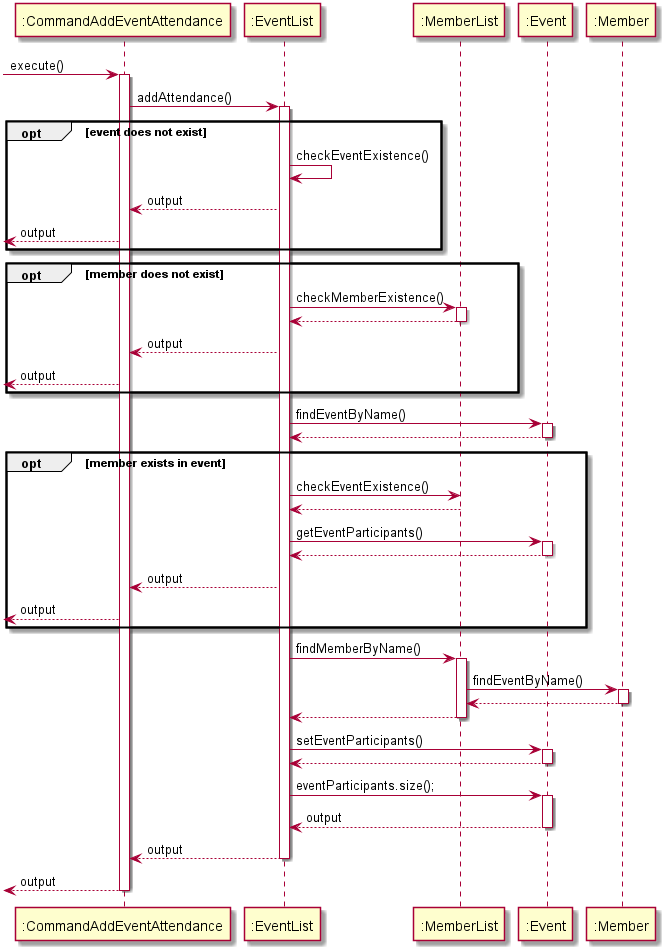
Before: docs/EventDiagram/SequenceDiagram/CommandAddEventAttendance.png, a diagram exported from PlantUML (nus-cs2113-AY2021S1/tp).
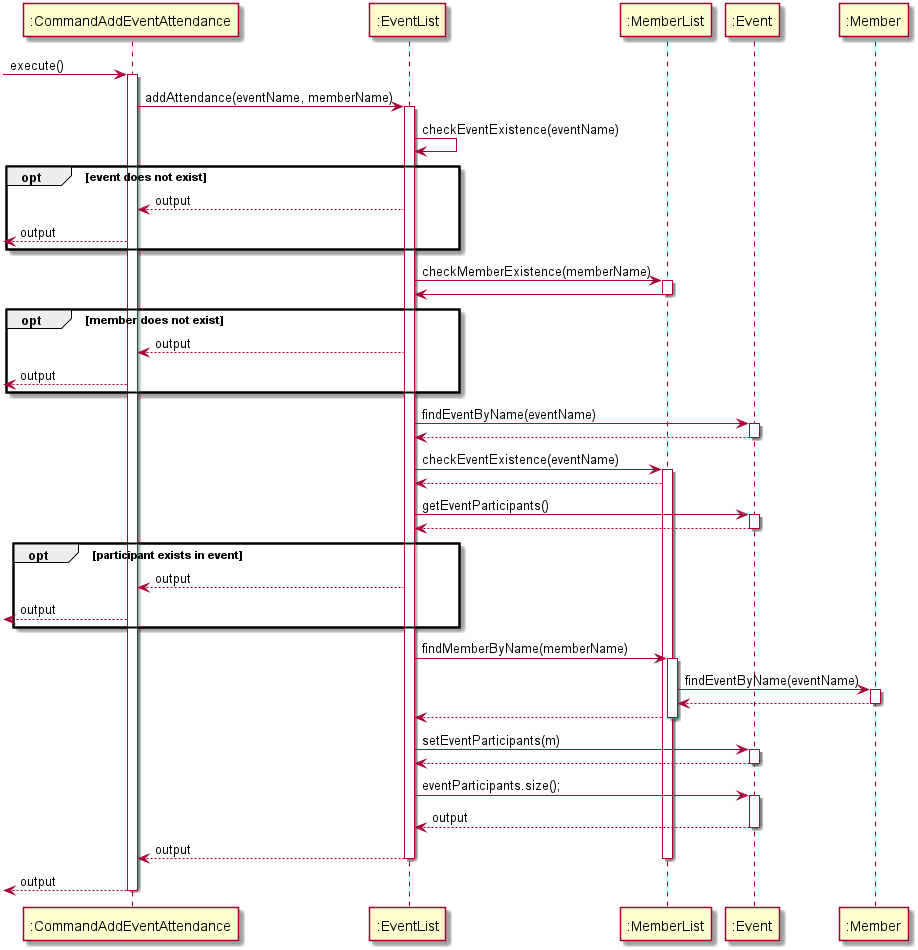
After the commit.

What changed in the source:
```diff
@@ -2,46 +2,48 @@
  -> ":CommandAddEventAttendance": execute()
 
 activate ":CommandAddEventAttendance"
-":CommandAddEventAttendance" -> ":EventList" : addAttendance()
+":CommandAddEventAttendance" -> ":EventList" : addAttendance(eventName, memberName)
 activate ":EventList"
+":EventList" -> ":EventList" : checkEventExistence(eventName)
 opt event does not exist
-":EventList" -> ":EventList" : checkEventExistence()
 ":EventList" --> ":CommandAddEventAttendance" : output
 <-- ":CommandAddEventAttendance" : output
 end
-
+":EventList" -> ":MemberList" : checkMemberExistence(memberName)
+activate ":MemberList"
+":MemberList" -> ":EventList"
+deactivate ":MemberList"
 opt member does not exist
-":EventList" -> ":MemberList" : checkMemberExistence()
-activate ":MemberList"
-return
 ":EventList" --> ":CommandAddEventAttendance" : output
 <-- ":CommandAddEventAttendance" : output
 end
 
 activate ":EventList"
-":EventList" -> ":Event" : findEventByName()
+":EventList" -> ":Event" : findEventByName(eventName)
 activate ":Event"
 return
 
-opt member exists in event
-":EventList" -> ":MemberList" : checkEventExistence()
+":EventList" -> ":MemberList" : checkEventExistence(eventName)
+activate ":MemberList"
 ":MemberList" --> ":EventList"
 ":EventList" -> ":Event" : getEventParticipants()
 activate ":Event"
 return
+opt participant exists in event
+
 ":EventList" --> ":CommandAddEventAttendance" : output
 <-- ":CommandAddEventAttendance" : output
 end
 
 activate ":MemberList"
-":EventList" -> ":MemberList" :findMemberByName()
+":EventList" -> ":MemberList" :findMemberByName(memberName)
 activate ":MemberList"
-":MemberList" -> ":Member" : findEventByName()
+":MemberList" -> ":Member" : findEventByName(eventName)
 activate ":Member"
 return
 return
 
-":EventList" -> ":Event" : setEventParticipants()
+":EventList" -> ":Event" : setEventParticipants(m)
 activate ":Event"
 return
 
```
